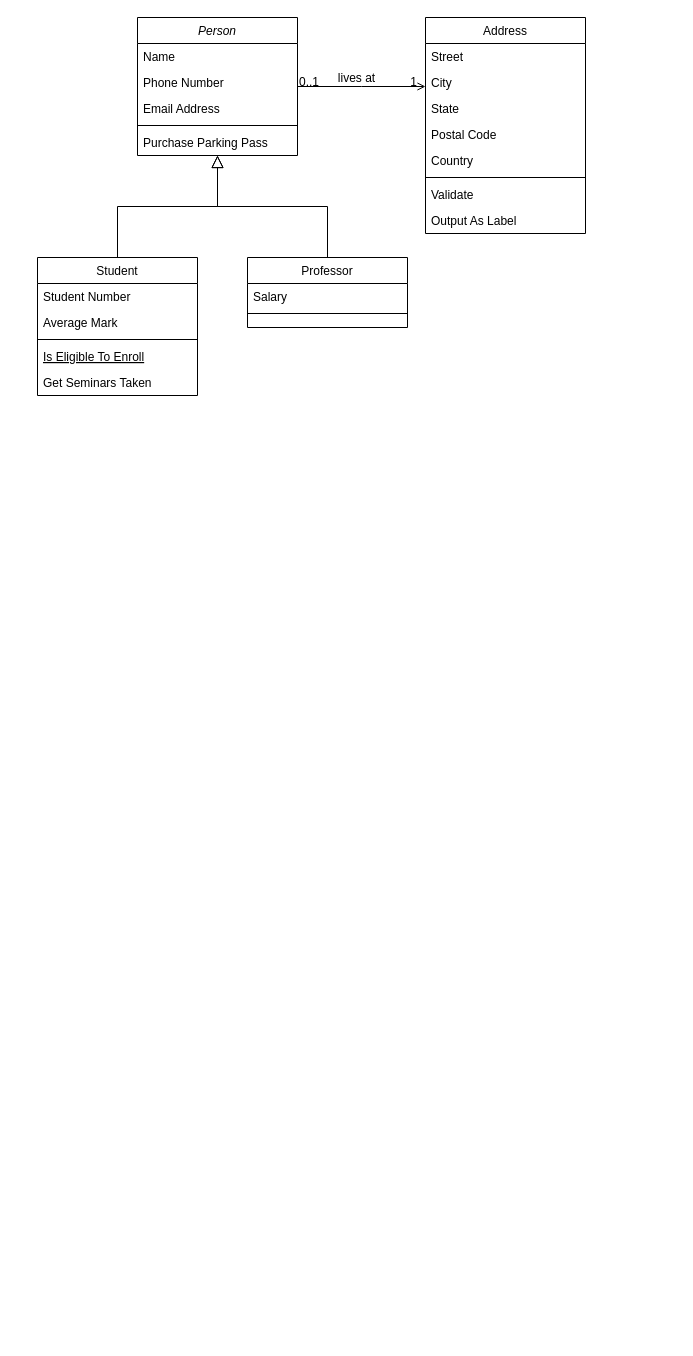
AnotherYearWasted/ntu-planner keeps this draw.io diagram as src/main/resources/Untitled Diagram.drawio. Above is the earlier version. Source tidied: cells renumbered, new cells numbered last; positions are measured from the earlier drawing's top-left corner, leaving out a move shared by most shapes. Both pictures are drawn from the tidied source at 100%, with x=0, y=0 at pixel (37, 17).
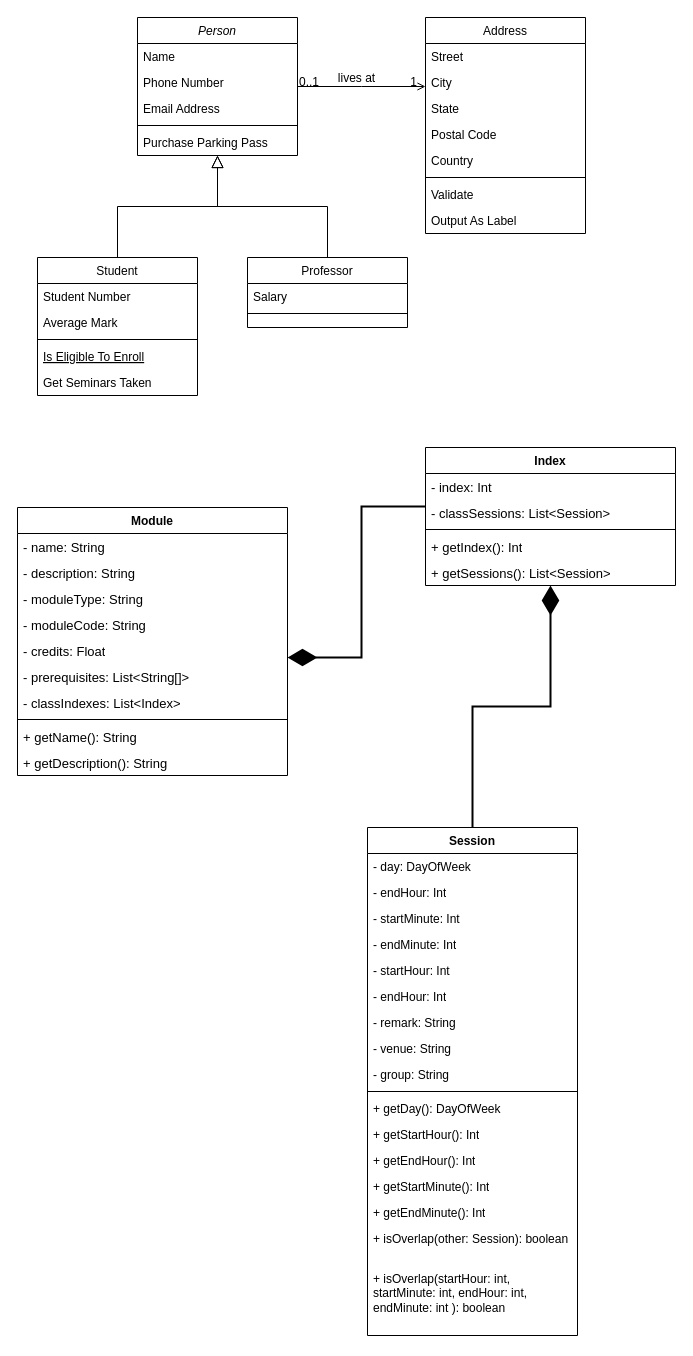
Above is the later version.

The edit, as a diff of the source:
```diff
@@
+    <mxCell id="32" value="Module" style="swimlane;fontStyle=1;align=center;verticalAlign=top;horizontal=1;startSize=26;whiteSpace=wrap;html=1;labelBorderColor=none;fontFamily=Cascadia Code;arcSize=50;" parent="1" vertex="1">
+      <mxGeometry x="-20" y="490" width="270" height="268" as="geometry" />
+    </mxCell>
+    <mxCell id="33" value="&lt;font style=&quot;font-size: 13px;&quot;&gt;- name: String&lt;/font&gt;" style="text;strokeColor=none;fillColor=none;align=left;verticalAlign=top;spacingLeft=4;spacingRight=4;overflow=hidden;html=1;fontFamily=Cascadia Code;" parent="32" vertex="1">
+      <mxGeometry y="26" width="270" height="26" as="geometry" />
+    </mxCell>
+    <mxCell id="34" value="&lt;font style=&quot;font-size: 13px;&quot;&gt;- description: String&lt;/font&gt;" style="text;strokeColor=none;fillColor=none;align=left;verticalAlign=top;spacingLeft=4;spacingRight=4;overflow=hidden;html=1;fontFamily=Cascadia Code;" parent="32" vertex="1">
+      <mxGeometry y="52" width="270" height="26" as="geometry" />
+    </mxCell>
+    <mxCell id="35" value="&lt;font style=&quot;font-size: 13px;&quot;&gt;- moduleType: String&lt;/font&gt;" style="text;strokeColor=none;fillColor=none;align=left;verticalAlign=top;spacingLeft=4;spacingRight=4;overflow=hidden;html=1;fontFamily=Cascadia Code;" parent="32" vertex="1">
+      <mxGeometry y="78" width="270" height="26" as="geometry" />
+    </mxCell>
+    <mxCell id="36" value="&lt;span style=&quot;font-size: 13px;&quot;&gt;- moduleCode: String&lt;/span&gt;" style="text;strokeColor=none;fillColor=none;align=left;verticalAlign=top;spacingLeft=4;spacingRight=4;overflow=hidden;html=1;fontFamily=Cascadia Code;" parent="32" vertex="1">
+      <mxGeometry y="104" width="270" height="26" as="geometry" />
+    </mxCell>
+    <mxCell id="37" value="&lt;span style=&quot;font-size: 13px;&quot;&gt;- credits: Float&lt;/span&gt;" style="text;strokeColor=none;fillColor=none;align=left;verticalAlign=top;spacingLeft=4;spacingRight=4;overflow=hidden;html=1;fontFamily=Cascadia Code;" parent="32" vertex="1">
+      <mxGeometry y="130" width="270" height="26" as="geometry" />
+    </mxCell>
+    <mxCell id="38" value="&lt;span style=&quot;font-size: 13px;&quot;&gt;- prerequisites: List&amp;lt;String[]&amp;gt;&lt;/span&gt;" style="text;strokeColor=none;fillColor=none;align=left;verticalAlign=top;spacingLeft=4;spacingRight=4;overflow=hidden;html=1;fontFamily=Cascadia Code;" parent="32" vertex="1">
+      <mxGeometry y="156" width="270" height="26" as="geometry" />
+    </mxCell>
+    <mxCell id="39" value="&lt;span style=&quot;font-size: 13px;&quot;&gt;- classIndexes: List&amp;lt;Index&amp;gt;&lt;/span&gt;" style="text;strokeColor=none;fillColor=none;align=left;verticalAlign=top;spacingLeft=4;spacingRight=4;overflow=hidden;html=1;fontFamily=Cascadia Code;" parent="32" vertex="1">
+      <mxGeometry y="182" width="270" height="26" as="geometry" />
+    </mxCell>
+    <mxCell id="40" style="line;strokeWidth=1;fillColor=none;align=left;verticalAlign=middle;spacingTop=-1;spacingLeft=3;spacingRight=3;labelPosition=right;strokeColor=inherit;" parent="32" vertex="1">
+      <mxGeometry y="208" width="270" height="8" as="geometry" />
+    </mxCell>
+    <mxCell id="41" value="&lt;span style=&quot;font-size: 13px;&quot;&gt;+ getName(): String&lt;/span&gt;" style="text;strokeColor=none;fillColor=none;align=left;verticalAlign=top;spacingLeft=4;spacingRight=4;overflow=hidden;html=1;fontFamily=Cascadia Code;" parent="32" vertex="1">
+      <mxGeometry y="216" width="270" height="26" as="geometry" />
+    </mxCell>
+    <mxCell id="42" value="&lt;span style=&quot;font-size: 13px;&quot;&gt;+ getDescription(): String&lt;/span&gt;" style="text;strokeColor=none;fillColor=none;align=left;verticalAlign=top;spacingLeft=4;spacingRight=4;overflow=hidden;html=1;fontFamily=Cascadia Code;" parent="32" vertex="1">
+      <mxGeometry y="242" width="270" height="26" as="geometry" />
+    </mxCell>
+    <mxCell id="43" value="Index" style="swimlane;fontStyle=1;align=center;verticalAlign=top;horizontal=1;startSize=26;whiteSpace=wrap;html=1;fontFamily=Cascadia Code;arcSize=150;" parent="1" vertex="1">
+      <mxGeometry x="388" y="430" width="250" height="138" as="geometry" />
+    </mxCell>
+    <mxCell id="44" value="&lt;font style=&quot;font-size: 13px;&quot;&gt;- index: Int&lt;/font&gt;" style="text;strokeColor=none;fillColor=none;align=left;verticalAlign=top;spacingLeft=4;spacingRight=4;overflow=hidden;html=1;fontFamily=Cascadia Code;" parent="43" vertex="1">
+      <mxGeometry y="26" width="250" height="26" as="geometry" />
+    </mxCell>
+    <mxCell id="45" value="&lt;font style=&quot;font-size: 13px;&quot;&gt;- classSessions: List&amp;lt;Session&amp;gt;&lt;/font&gt;" style="text;strokeColor=none;fillColor=none;align=left;verticalAlign=top;spacingLeft=4;spacingRight=4;overflow=hidden;html=1;fontFamily=Cascadia Code;" parent="43" vertex="1">
+      <mxGeometry y="52" width="250" height="26" as="geometry" />
+    </mxCell>
+    <mxCell id="46" style="line;strokeWidth=1;fillColor=none;align=left;verticalAlign=middle;spacingTop=-1;spacingLeft=3;spacingRight=3;labelPosition=right;strokeColor=inherit;" parent="43" vertex="1">
+      <mxGeometry y="78" width="250" height="8" as="geometry" />
+    </mxCell>
+    <mxCell id="47" value="&lt;span style=&quot;font-size: 13px;&quot;&gt;+ getIndex(): Int&lt;/span&gt;" style="text;strokeColor=none;fillColor=none;align=left;verticalAlign=top;spacingLeft=4;spacingRight=4;overflow=hidden;html=1;fontFamily=Cascadia Code;" parent="43" vertex="1">
+      <mxGeometry y="86" width="250" height="26" as="geometry" />
+    </mxCell>
+    <mxCell id="48" value="&lt;span style=&quot;font-size: 13px;&quot;&gt;+ getSessions(): List&amp;lt;Session&amp;gt;&lt;/span&gt;" style="text;strokeColor=none;fillColor=none;align=left;verticalAlign=top;spacingLeft=4;spacingRight=4;overflow=hidden;html=1;fontFamily=Cascadia Code;" parent="43" vertex="1">
+      <mxGeometry y="112" width="250" height="26" as="geometry" />
+    </mxCell>
+    <mxCell id="49" value="Session" style="swimlane;fontStyle=1;align=center;verticalAlign=top;horizontal=1;startSize=26;whiteSpace=wrap;html=1;fontFamily=Cascadia Code;" parent="1" vertex="1">
+      <mxGeometry x="330" y="810" width="210" height="508" as="geometry" />
+    </mxCell>
+    <mxCell id="50" value="- day: DayOfWeek" style="text;strokeColor=none;fillColor=none;align=left;verticalAlign=top;spacingLeft=4;spacingRight=4;overflow=hidden;whiteSpace=wrap;html=1;fontFamily=Cascadia Code;" parent="49" vertex="1">
+      <mxGeometry y="26" width="210" height="26" as="geometry" />
+    </mxCell>
+    <mxCell id="51" value="- endHour: Int" style="text;strokeColor=none;fillColor=none;align=left;verticalAlign=top;spacingLeft=4;spacingRight=4;overflow=hidden;whiteSpace=wrap;html=1;fontFamily=Cascadia Code;" parent="49" vertex="1">
+      <mxGeometry y="52" width="210" height="26" as="geometry" />
+    </mxCell>
+    <mxCell id="52" value="- startMinute: Int" style="text;strokeColor=none;fillColor=none;align=left;verticalAlign=top;spacingLeft=4;spacingRight=4;overflow=hidden;whiteSpace=wrap;html=1;fontFamily=Cascadia Code;" parent="49" vertex="1">
+      <mxGeometry y="78" width="210" height="26" as="geometry" />
+    </mxCell>
+    <mxCell id="53" value="- endMinute: Int" style="text;strokeColor=none;fillColor=none;align=left;verticalAlign=top;spacingLeft=4;spacingRight=4;overflow=hidden;whiteSpace=wrap;html=1;fontFamily=Cascadia Code;" parent="49" vertex="1">
+      <mxGeometry y="104" width="210" height="26" as="geometry" />
+    </mxCell>
+    <mxCell id="54" value="- startHour: Int" style="text;strokeColor=none;fillColor=none;align=left;verticalAlign=top;spacingLeft=4;spacingRight=4;overflow=hidden;whiteSpace=wrap;html=1;fontFamily=Cascadia Code;" parent="49" vertex="1">
+      <mxGeometry y="130" width="210" height="26" as="geometry" />
+    </mxCell>
+    <mxCell id="55" value="- endHour: Int" style="text;strokeColor=none;fillColor=none;align=left;verticalAlign=top;spacingLeft=4;spacingRight=4;overflow=hidden;whiteSpace=wrap;html=1;fontFamily=Cascadia Code;" parent="49" vertex="1">
+      <mxGeometry y="156" width="210" height="26" as="geometry" />
+    </mxCell>
+    <mxCell id="56" value="- remark: String" style="text;strokeColor=none;fillColor=none;align=left;verticalAlign=top;spacingLeft=4;spacingRight=4;overflow=hidden;whiteSpace=wrap;html=1;fontFamily=Cascadia Code;" parent="49" vertex="1">
+      <mxGeometry y="182" width="210" height="26" as="geometry" />
+    </mxCell>
+    <mxCell id="57" value="- venue: String" style="text;strokeColor=none;fillColor=none;align=left;verticalAlign=top;spacingLeft=4;spacingRight=4;overflow=hidden;whiteSpace=wrap;html=1;fontFamily=Cascadia Code;" parent="49" vertex="1">
+      <mxGeometry y="208" width="210" height="26" as="geometry" />
+    </mxCell>
+    <mxCell id="58" value="- group: String" style="text;strokeColor=none;fillColor=none;align=left;verticalAlign=top;spacingLeft=4;spacingRight=4;overflow=hidden;whiteSpace=wrap;html=1;fontFamily=Cascadia Code;" parent="49" vertex="1">
+      <mxGeometry y="234" width="210" height="26" as="geometry" />
+    </mxCell>
+    <mxCell id="59" style="line;strokeWidth=1;fillColor=none;align=left;verticalAlign=middle;spacingTop=-1;spacingLeft=3;spacingRight=3;labelPosition=right;strokeColor=inherit;" parent="49" vertex="1">
+      <mxGeometry y="260" width="210" height="8" as="geometry" />
+    </mxCell>
+    <mxCell id="60" value="+ getDay(): DayOfWeek" style="text;strokeColor=none;fillColor=none;align=left;verticalAlign=top;spacingLeft=4;spacingRight=4;overflow=hidden;whiteSpace=wrap;html=1;fontFamily=Cascadia Code;" parent="49" vertex="1">
+      <mxGeometry y="268" width="210" height="26" as="geometry" />
+    </mxCell>
+    <mxCell id="61" value="+ getStartHour(): Int" style="text;strokeColor=none;fillColor=none;align=left;verticalAlign=top;spacingLeft=4;spacingRight=4;overflow=hidden;whiteSpace=wrap;html=1;fontFamily=Cascadia Code;" parent="49" vertex="1">
+      <mxGeometry y="294" width="210" height="26" as="geometry" />
+    </mxCell>
+    <mxCell id="62" value="+ getEndHour(): Int" style="text;strokeColor=none;fillColor=none;align=left;verticalAlign=top;spacingLeft=4;spacingRight=4;overflow=hidden;whiteSpace=wrap;html=1;fontFamily=Cascadia Code;" parent="49" vertex="1">
+      <mxGeometry y="320" width="210" height="26" as="geometry" />
+    </mxCell>
+    <mxCell id="63" value="+ getStartMinute(): Int" style="text;strokeColor=none;fillColor=none;align=left;verticalAlign=top;spacingLeft=4;spacingRight=4;overflow=hidden;whiteSpace=wrap;html=1;fontFamily=Cascadia Code;" parent="49" vertex="1">
+      <mxGeometry y="346" width="210" height="26" as="geometry" />
+    </mxCell>
+    <mxCell id="64" value="+ getEndMinute(): Int" style="text;strokeColor=none;fillColor=none;align=left;verticalAlign=top;spacingLeft=4;spacingRight=4;overflow=hidden;whiteSpace=wrap;html=1;fontFamily=Cascadia Code;" parent="49" vertex="1">
+      <mxGeometry y="372" width="210" height="26" as="geometry" />
+    </mxCell>
+    <mxCell id="65" value="+ isOverlap(other: Session): boolean" style="text;strokeColor=none;fillColor=none;align=left;verticalAlign=top;spacingLeft=4;spacingRight=4;overflow=hidden;html=1;fontFamily=Cascadia Code;whiteSpace=wrap;" parent="49" vertex="1">
+      <mxGeometry y="398" width="210" height="40" as="geometry" />
+    </mxCell>
+    <mxCell id="66" value="+ isOverlap(startHour: int, startMinute: int, endHour: int, endMinute: int ): boolean" style="text;strokeColor=none;fillColor=none;align=left;verticalAlign=top;spacingLeft=4;spacingRight=4;overflow=hidden;whiteSpace=wrap;html=1;fontFamily=Cascadia Code;" parent="49" vertex="1">
+      <mxGeometry y="438" width="210" height="70" as="geometry" />
+    </mxCell>
+    <mxCell id="67" style="endArrow=diamondThin;endFill=1;endSize=24;html=1;rounded=0;shadow=0;labelBackgroundColor=default;strokeColor=default;strokeWidth=2;align=center;verticalAlign=middle;fontFamily=Helvetica;fontSize=11;fontColor=default;shape=connector;edgeStyle=orthogonalEdgeStyle;" parent="1" edge="1" source="43" target="32">
+      <mxGeometry relative="1" as="geometry">
+        <Array as="points">
+          <mxPoint x="324" y="489" />
+          <mxPoint x="324" y="640" />
+        </Array>
+      </mxGeometry>
+    </mxCell>
+    <mxCell id="68" style="endArrow=diamondThin;endFill=1;endSize=24;html=1;rounded=0;shadow=0;labelBackgroundColor=default;strokeColor=default;strokeWidth=2;align=center;verticalAlign=middle;fontFamily=Helvetica;fontSize=11;fontColor=default;shape=connector;edgeStyle=orthogonalEdgeStyle;" parent="1" edge="1" source="49" target="43">
+      <mxGeometry relative="1" as="geometry" />
+    </mxCell>
```
